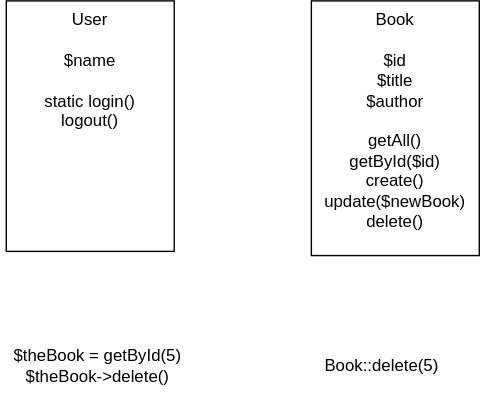
Before: login-oop.drawio.svg, a diagram exported from draw.io (henri-kapidani/IFOA0124). Source tidied: cells renumbered, new cells last; positions are measured from the earlier drawing's top-left corner, leaving out a move shared by most shapes.
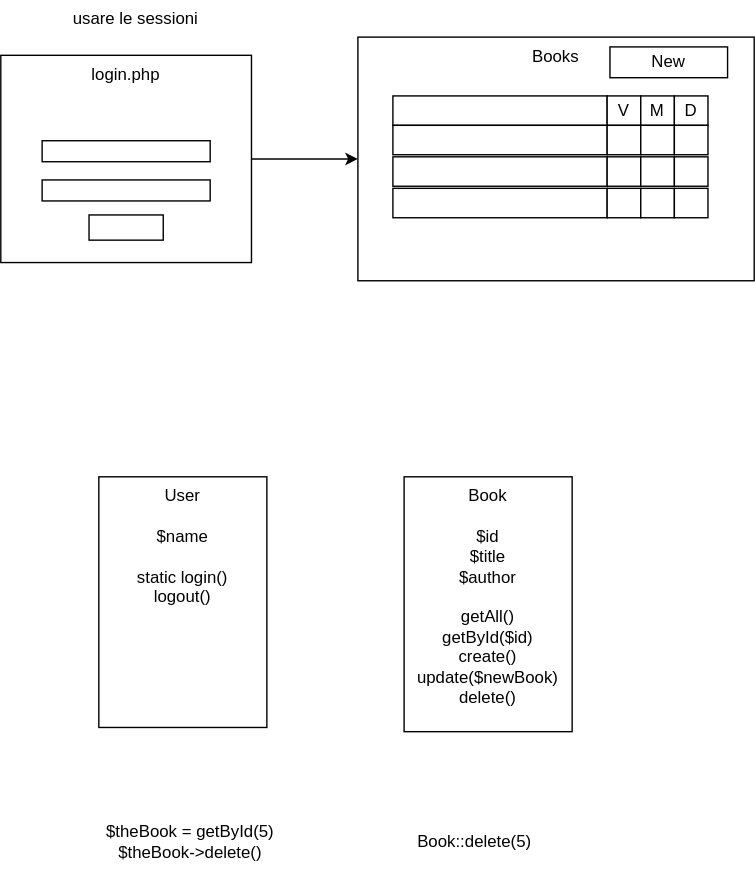
Above is the later version.

Commit message:
add details to login-oop

The edit, as a diff of the source:
```diff
@@ -14,5 +14,77 @@
     <mxCell id="5" value="Book::delete(5)" style="text;html=1;align=center;verticalAlign=middle;strokeColor=none;fillColor=none;" parent="1" vertex="1">
       <mxGeometry x="222" y="247.5" width="99" height="26" as="geometry" />
     </mxCell>
+    <mxCell id="6" style="edgeStyle=none;html=1;exitX=1;exitY=0.5;exitDx=0;exitDy=0;" parent="1" edge="1" source="7" target="11">
+      <mxGeometry relative="1" as="geometry" />
+    </mxCell>
+    <mxCell id="7" value="login.php&lt;br&gt;&lt;br&gt;" style="whiteSpace=wrap;html=1;verticalAlign=top;" parent="1" vertex="1">
+      <mxGeometry x="-66" y="-301" width="179" height="148" as="geometry" />
+    </mxCell>
+    <mxCell id="8" style="whiteSpace=wrap;html=1;" parent="1" vertex="1">
+      <mxGeometry x="-36.5" y="-240" width="120" height="15" as="geometry" />
+    </mxCell>
+    <mxCell id="9" style="whiteSpace=wrap;html=1;" parent="1" vertex="1">
+      <mxGeometry x="-36.5" y="-212" width="120" height="15" as="geometry" />
+    </mxCell>
+    <mxCell id="10" style="whiteSpace=wrap;html=1;" parent="1" vertex="1">
+      <mxGeometry x="-3" y="-187" width="53" height="18" as="geometry" />
+    </mxCell>
+    <mxCell id="11" value="Books" style="whiteSpace=wrap;html=1;verticalAlign=top;" parent="1" vertex="1">
+      <mxGeometry x="189" y="-314" width="283" height="174" as="geometry" />
+    </mxCell>
+    <mxCell id="12" style="whiteSpace=wrap;html=1;" parent="1" vertex="1">
+      <mxGeometry x="214" y="-272" width="153" height="21" as="geometry" />
+    </mxCell>
+    <mxCell id="13" value="V" style="whiteSpace=wrap;html=1;" parent="1" vertex="1">
+      <mxGeometry x="367" y="-272" width="24" height="21" as="geometry" />
+    </mxCell>
+    <mxCell id="14" value="M" style="whiteSpace=wrap;html=1;" parent="1" vertex="1">
+      <mxGeometry x="391" y="-272" width="24" height="21" as="geometry" />
+    </mxCell>
+    <mxCell id="15" value="D" style="whiteSpace=wrap;html=1;" parent="1" vertex="1">
+      <mxGeometry x="415" y="-272" width="24" height="21" as="geometry" />
+    </mxCell>
+    <mxCell id="16" style="whiteSpace=wrap;html=1;" parent="1" vertex="1">
+      <mxGeometry x="214" y="-251" width="153" height="21" as="geometry" />
+    </mxCell>
+    <mxCell id="17" style="whiteSpace=wrap;html=1;" parent="1" vertex="1">
+      <mxGeometry x="367" y="-251" width="24" height="21" as="geometry" />
+    </mxCell>
+    <mxCell id="18" style="whiteSpace=wrap;html=1;" parent="1" vertex="1">
+      <mxGeometry x="391" y="-251" width="24" height="21" as="geometry" />
+    </mxCell>
+    <mxCell id="19" style="whiteSpace=wrap;html=1;" parent="1" vertex="1">
+      <mxGeometry x="415" y="-251" width="24" height="21" as="geometry" />
+    </mxCell>
+    <mxCell id="20" style="whiteSpace=wrap;html=1;" parent="1" vertex="1">
+      <mxGeometry x="214" y="-228.5" width="153" height="21" as="geometry" />
+    </mxCell>
+    <mxCell id="21" style="whiteSpace=wrap;html=1;" parent="1" vertex="1">
+      <mxGeometry x="367" y="-228.5" width="24" height="21" as="geometry" />
+    </mxCell>
+    <mxCell id="22" style="whiteSpace=wrap;html=1;" parent="1" vertex="1">
+      <mxGeometry x="391" y="-228.5" width="24" height="21" as="geometry" />
+    </mxCell>
+    <mxCell id="23" style="whiteSpace=wrap;html=1;" parent="1" vertex="1">
+      <mxGeometry x="415" y="-228.5" width="24" height="21" as="geometry" />
+    </mxCell>
+    <mxCell id="24" style="whiteSpace=wrap;html=1;" parent="1" vertex="1">
+      <mxGeometry x="214" y="-206" width="153" height="21" as="geometry" />
+    </mxCell>
+    <mxCell id="25" style="whiteSpace=wrap;html=1;" parent="1" vertex="1">
+      <mxGeometry x="367" y="-206" width="24" height="21" as="geometry" />
+    </mxCell>
+    <mxCell id="26" style="whiteSpace=wrap;html=1;" parent="1" vertex="1">
+      <mxGeometry x="391" y="-206" width="24" height="21" as="geometry" />
+    </mxCell>
+    <mxCell id="27" style="whiteSpace=wrap;html=1;" parent="1" vertex="1">
+      <mxGeometry x="415" y="-206" width="24" height="21" as="geometry" />
+    </mxCell>
+    <mxCell id="28" value="New" style="whiteSpace=wrap;html=1;" parent="1" vertex="1">
+      <mxGeometry x="369" y="-307" width="84" height="22" as="geometry" />
+    </mxCell>
+    <mxCell id="29" value="usare le sessioni" style="text;html=1;align=center;verticalAlign=middle;strokeColor=none;fillColor=none;" parent="1" vertex="1">
+      <mxGeometry x="-23.5" y="-340" width="107" height="26" as="geometry" />
+    </mxCell>
   </root>
 </mxGraphModel>
```
